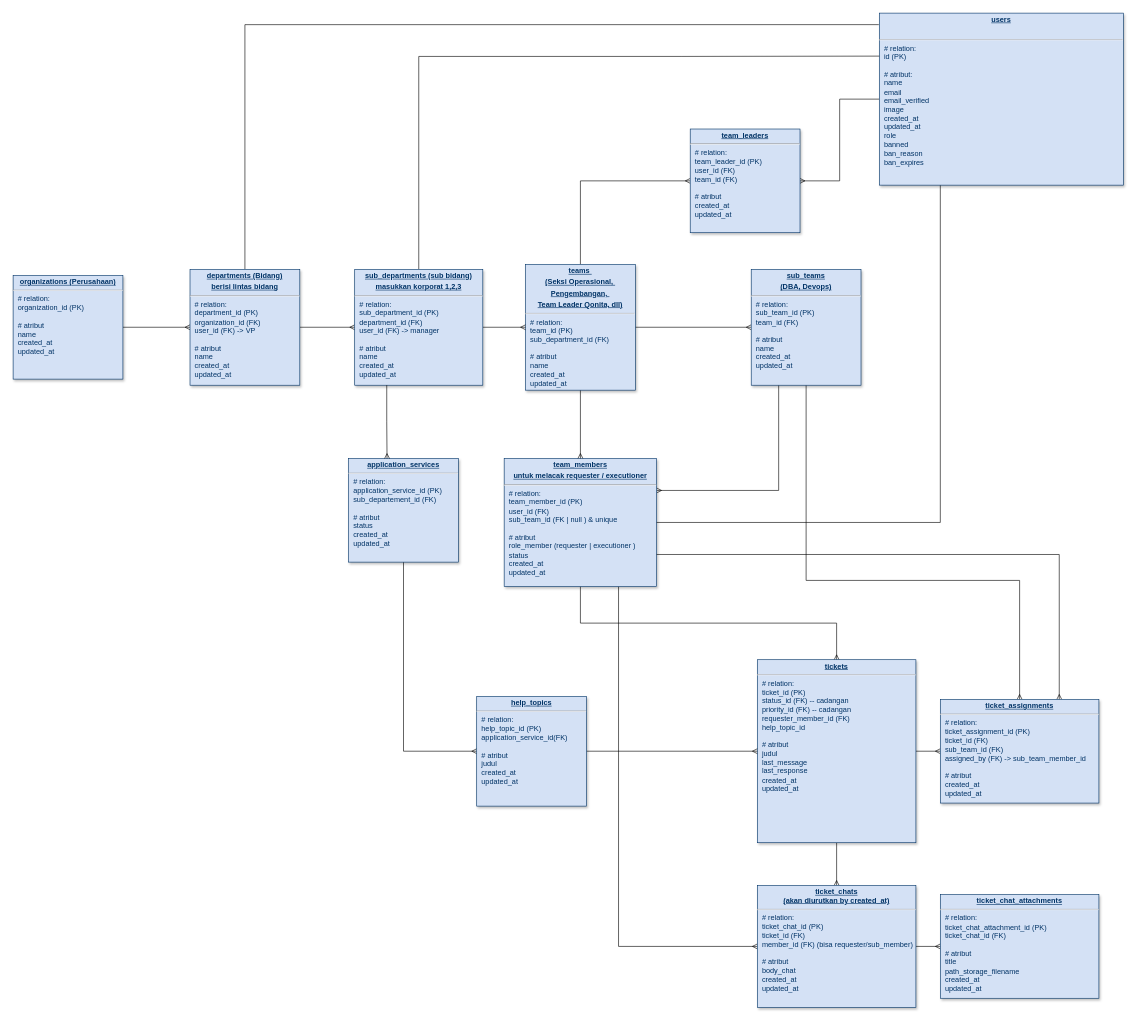
This is ticketing-digitalisasi2.drawio from fiqihalfito/ticketing_digitalisasi2, a draw.io file, before an edit. Source tidied: cells renumbered, new cells numbered last; positions are measured from the earlier drawing's top-left corner, leaving out a move shared by most shapes. Both pictures are drawn from the tidied source at 61%, with x=0, y=0 at pixel (13, 13).
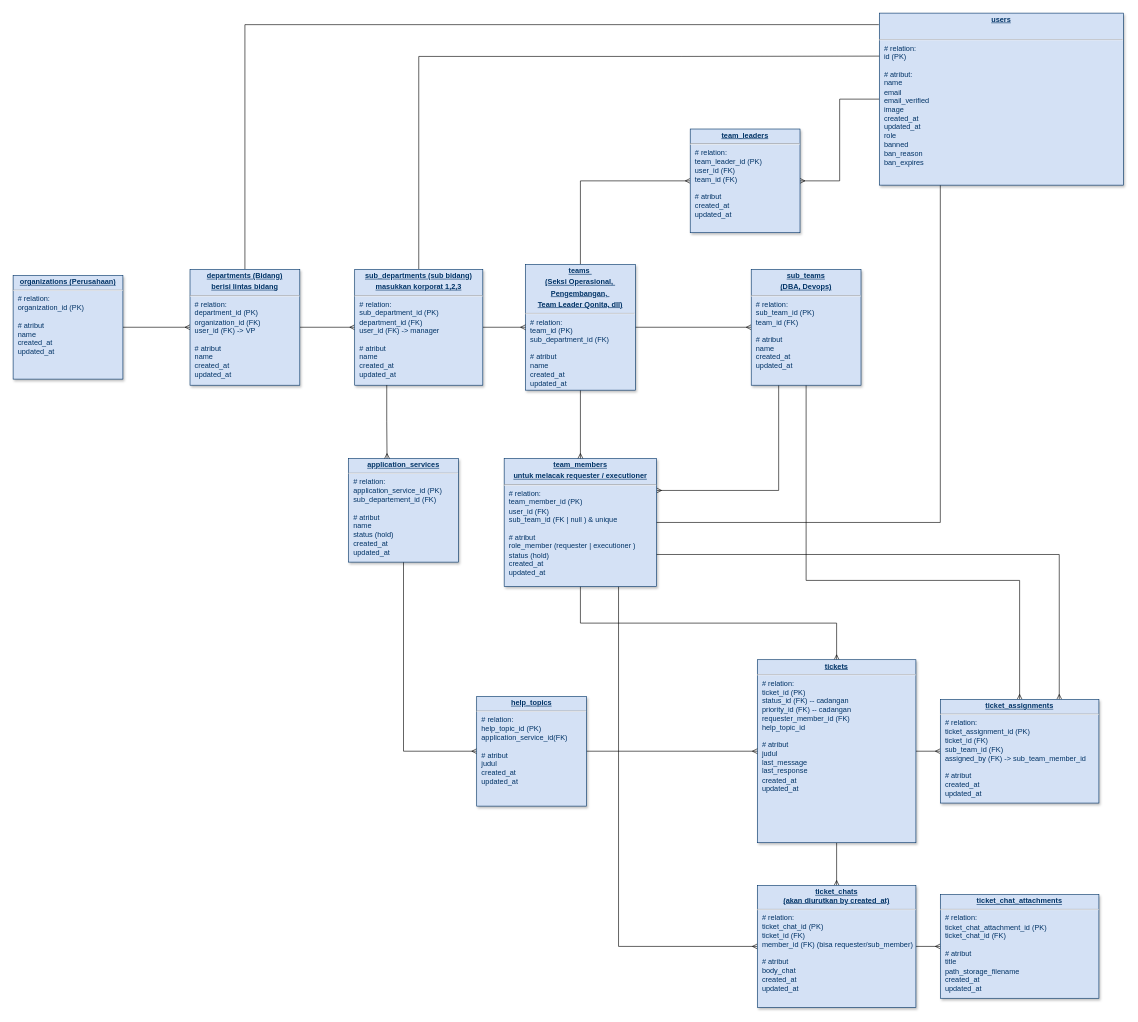
Above is the later version.

What changed in the source:
```diff
@@
-    <mxCell id="5" value="&lt;p style=&quot;text-decoration: underline; margin: 4px 0px 0px; text-align: center;&quot;&gt;&lt;strong&gt;team_members&lt;/strong&gt;&lt;/p&gt;&lt;p style=&quot;text-decoration: underline; margin: 4px 0px 0px; text-align: center;&quot;&gt;&lt;strong&gt;untuk melacak requester / executioner&lt;/strong&gt;&lt;/p&gt;&lt;hr&gt;&lt;p style=&quot;margin: 0px 0px 0px 8px;&quot;&gt;# relation:&lt;/p&gt;&lt;p style=&quot;margin: 0px 0px 0px 8px;&quot;&gt;team_member_id (PK)&lt;/p&gt;&lt;p style=&quot;margin: 0px 0px 0px 8px;&quot;&gt;user_id (FK)&lt;/p&gt;&lt;p style=&quot;margin: 0px 0px 0px 8px;&quot;&gt;sub_team_id (FK | null ) &amp;amp; unique&lt;/p&gt;&lt;p style=&quot;margin: 0px 0px 0px 8px;&quot;&gt;&lt;br&gt;&lt;/p&gt;&lt;p style=&quot;margin: 0px 0px 0px 8px;&quot;&gt;# atribut&lt;/p&gt;&lt;p style=&quot;margin: 0px 0px 0px 8px;&quot;&gt;role_member (requester | executioner )&lt;/p&gt;&lt;p style=&quot;margin: 0px 0px 0px 8px;&quot;&gt;status&lt;/p&gt;&lt;p style=&quot;margin: 0px 0px 0px 8px;&quot;&gt;created_at&lt;/p&gt;&lt;p style=&quot;margin: 0px 0px 0px 8px;&quot;&gt;updated_at&lt;/p&gt;" style="verticalAlign=top;align=left;overflow=fill;fontSize=12;fontFamily=Helvetica;html=1;strokeColor=#003366;shadow=1;fillColor=#D4E1F5;fontColor=#003366;" parent="1" vertex="1">
+    <mxCell id="5" value="&lt;p style=&quot;text-decoration: underline; margin: 4px 0px 0px; text-align: center;&quot;&gt;&lt;strong&gt;team_members&lt;/strong&gt;&lt;/p&gt;&lt;p style=&quot;text-decoration: underline; margin: 4px 0px 0px; text-align: center;&quot;&gt;&lt;strong&gt;untuk melacak requester / executioner&lt;/strong&gt;&lt;/p&gt;&lt;hr&gt;&lt;p style=&quot;margin: 0px 0px 0px 8px;&quot;&gt;# relation:&lt;/p&gt;&lt;p style=&quot;margin: 0px 0px 0px 8px;&quot;&gt;team_member_id (PK)&lt;/p&gt;&lt;p style=&quot;margin: 0px 0px 0px 8px;&quot;&gt;user_id (FK)&lt;/p&gt;&lt;p style=&quot;margin: 0px 0px 0px 8px;&quot;&gt;sub_team_id (FK | null ) &amp;amp; unique&lt;/p&gt;&lt;p style=&quot;margin: 0px 0px 0px 8px;&quot;&gt;&lt;br&gt;&lt;/p&gt;&lt;p style=&quot;margin: 0px 0px 0px 8px;&quot;&gt;# atribut&lt;/p&gt;&lt;p style=&quot;margin: 0px 0px 0px 8px;&quot;&gt;role_member (requester | executioner )&lt;/p&gt;&lt;p style=&quot;margin: 0px 0px 0px 8px;&quot;&gt;status (hold)&lt;/p&gt;&lt;p style=&quot;margin: 0px 0px 0px 8px;&quot;&gt;created_at&lt;/p&gt;&lt;p style=&quot;margin: 0px 0px 0px 8px;&quot;&gt;updated_at&lt;/p&gt;" style="verticalAlign=top;align=left;overflow=fill;fontSize=12;fontFamily=Helvetica;html=1;strokeColor=#003366;shadow=1;fillColor=#D4E1F5;fontColor=#003366;" parent="1" vertex="1">
       <mxGeometry x="805" y="730" width="250" height="210" as="geometry" />
     </mxCell>
@@
-    <mxCell id="29" value="&lt;p style=&quot;margin: 0px ; margin-top: 4px ; text-align: center ; text-decoration: underline&quot;&gt;&lt;b&gt;application_services&lt;/b&gt;&lt;/p&gt;&lt;hr&gt;&lt;p style=&quot;margin: 0px ; margin-left: 8px&quot;&gt;# relation:&lt;/p&gt;&lt;p style=&quot;margin: 0px ; margin-left: 8px&quot;&gt;application_service_id (PK)&lt;/p&gt;&lt;p style=&quot;margin: 0px 0px 0px 8px&quot;&gt;sub_departement_id (FK)&lt;/p&gt;&lt;p style=&quot;margin: 0px 0px 0px 8px&quot;&gt;&lt;br&gt;&lt;/p&gt;&lt;p style=&quot;margin: 0px 0px 0px 8px&quot;&gt;# atribut&lt;/p&gt;&lt;p style=&quot;margin: 0px 0px 0px 8px&quot;&gt;status&lt;/p&gt;&lt;p style=&quot;margin: 0px 0px 0px 8px&quot;&gt;created_at&lt;/p&gt;&lt;p style=&quot;margin: 0px 0px 0px 8px&quot;&gt;updated_at&lt;/p&gt;" style="verticalAlign=top;align=left;overflow=fill;fontSize=12;fontFamily=Helvetica;html=1;strokeColor=#003366;shadow=1;fillColor=#D4E1F5;fontColor=#003366;" parent="1" vertex="1">
+    <mxCell id="29" value="&lt;p style=&quot;margin: 0px ; margin-top: 4px ; text-align: center ; text-decoration: underline&quot;&gt;&lt;b&gt;application_services&lt;/b&gt;&lt;/p&gt;&lt;hr&gt;&lt;p style=&quot;margin: 0px ; margin-left: 8px&quot;&gt;# relation:&lt;/p&gt;&lt;p style=&quot;margin: 0px ; margin-left: 8px&quot;&gt;application_service_id (PK)&lt;/p&gt;&lt;p style=&quot;margin: 0px 0px 0px 8px&quot;&gt;sub_departement_id (FK)&lt;/p&gt;&lt;p style=&quot;margin: 0px 0px 0px 8px&quot;&gt;&lt;br&gt;&lt;/p&gt;&lt;p style=&quot;margin: 0px 0px 0px 8px&quot;&gt;# atribut&lt;/p&gt;&lt;p style=&quot;margin: 0px 0px 0px 8px&quot;&gt;name&lt;/p&gt;&lt;p style=&quot;margin: 0px 0px 0px 8px&quot;&gt;status (hold)&lt;/p&gt;&lt;p style=&quot;margin: 0px 0px 0px 8px&quot;&gt;created_at&lt;/p&gt;&lt;p style=&quot;margin: 0px 0px 0px 8px&quot;&gt;updated_at&lt;/p&gt;" style="verticalAlign=top;align=left;overflow=fill;fontSize=12;fontFamily=Helvetica;html=1;strokeColor=#003366;shadow=1;fillColor=#D4E1F5;fontColor=#003366;" parent="1" vertex="1">
       <mxGeometry x="550" y="730" width="180" height="170" as="geometry" />
     </mxCell>
```
